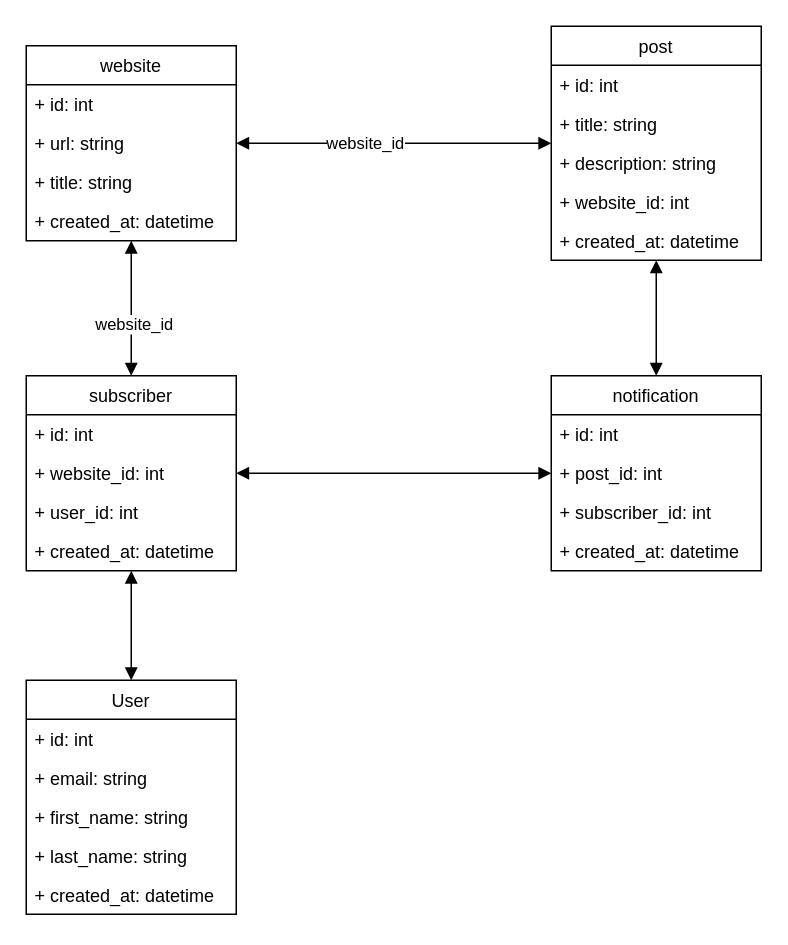
kudamhazo/laraveltaskv11 keeps this draw.io diagram as docs/diagams.drawio. Above is the earlier version. Source tidied: cells renumbered, new cells numbered last; positions are measured from the earlier drawing's top-left corner, leaving out a move shared by most shapes. Both pictures are drawn from the tidied source at 150%, with x=0, y=0 at pixel (26, 26).
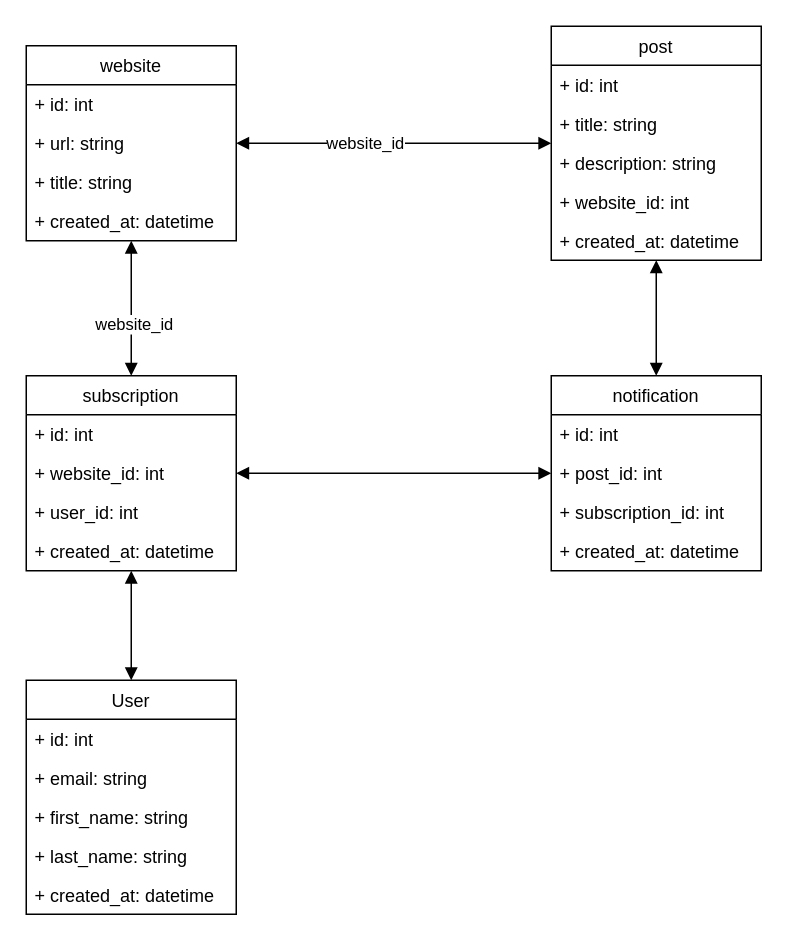
The same diagram, later.

Commit message (it also covers changes not shown here):
Update model design

The change refers to these unchanged cells:
```xml
<mxCell id="29" value="notification" style="swimlane;fontStyle=0;horizontal=1;startSize=26;fillColor=none;" parent="1" vertex="1">
  <mxGeometry x="350" y="233" width="140" height="130" as="geometry" />
</mxCell>
```

The edit, as a diff of the source:
```diff
@@
-    <mxCell id="13" value="subscriber" style="swimlane;fontStyle=0;horizontal=1;startSize=26;fillColor=none;" parent="1" vertex="1">
+    <mxCell id="13" value="subscription" style="swimlane;fontStyle=0;horizontal=1;startSize=26;fillColor=none;" parent="1" vertex="1">
       <mxGeometry y="233" width="140" height="130" as="geometry" />
     </mxCell>
@@
-    <mxCell id="32" value="+ subscriber_id: int" style="text;strokeColor=none;fillColor=none;align=left;verticalAlign=top;spacingLeft=4;spacingRight=4;overflow=hidden;" parent="29" vertex="1">
+    <mxCell id="32" value="+ subscription_id: int" style="text;strokeColor=none;fillColor=none;align=left;verticalAlign=top;spacingLeft=4;spacingRight=4;overflow=hidden;" parent="29" vertex="1">
       <mxGeometry y="78" width="140" height="26" as="geometry" />
     </mxCell>
```
